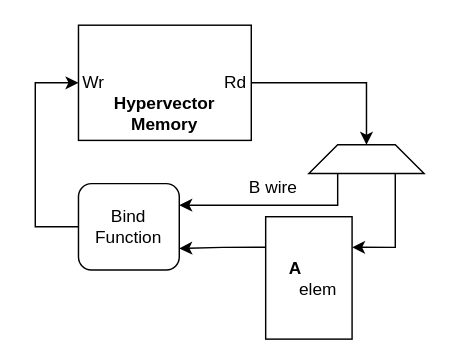
Above: doc/Architecture Proposal/img/kernel-bind.drawio in GNPower/HDC-Accelerator (draw.io), before the change. Source tidied: cells renumbered, new cells numbered last; positions are measured from the earlier drawing's top-left corner, leaving out a move shared by most shapes. Both pictures are drawn from the tidied source at 144%, with x=0, y=0 at pixel (35, 24).
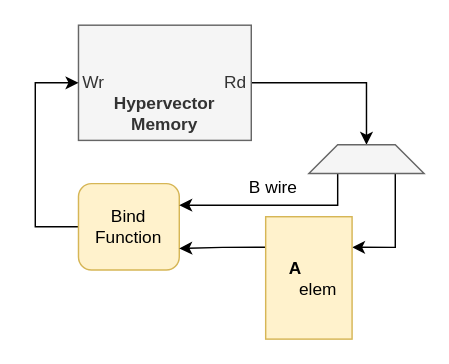
The same diagram, later.

Change to the diagram source:
```diff
@@
 <mxGraphModel>
   <root>
     <mxCell id="0" />
     <mxCell id="1" parent="0" />
     <mxCell id="2" style="edgeStyle=orthogonalEdgeStyle;rounded=0;jettySize=auto;html=1;exitX=1;exitY=0.5;exitDx=0;exitDy=0;entryX=0.5;entryY=0;entryDx=0;entryDy=0;startArrow=none;startFill=0;endArrow=classic;endFill=1;" parent="1" edge="1" source="3" target="8">
       <mxGeometry relative="1" as="geometry" />
     </mxCell>
-    <mxCell id="3" value="&lt;br&gt;&lt;br&gt;Wr&amp;nbsp; &amp;nbsp; &amp;nbsp; &amp;nbsp; &amp;nbsp; &amp;nbsp; &amp;nbsp; &amp;nbsp; &amp;nbsp; &amp;nbsp; &amp;nbsp; &amp;nbsp; &amp;nbsp;Rd&lt;br&gt;&lt;b&gt;Hypervector&lt;/b&gt;&lt;br&gt;&lt;b&gt;Memory&lt;/b&gt;" style="rounded=0;whiteSpace=wrap;html=1;" parent="1" vertex="1">
+    <mxCell id="3" value="&lt;br&gt;&lt;br&gt;Wr&amp;nbsp; &amp;nbsp; &amp;nbsp; &amp;nbsp; &amp;nbsp; &amp;nbsp; &amp;nbsp; &amp;nbsp; &amp;nbsp; &amp;nbsp; &amp;nbsp; &amp;nbsp; &amp;nbsp;Rd&lt;br&gt;&lt;b&gt;Hypervector&lt;/b&gt;&lt;br&gt;&lt;b&gt;Memory&lt;/b&gt;" style="rounded=0;whiteSpace=wrap;html=1;fillColor=#f5f5f5;strokeColor=#666666;fontColor=#333333;" parent="1" vertex="1">
       <mxGeometry x="30" width="120" height="80" as="geometry" />
     </mxCell>
     <mxCell id="4" style="edgeStyle=orthogonalEdgeStyle;rounded=0;jettySize=auto;html=1;exitX=0;exitY=0.5;exitDx=0;exitDy=0;entryX=0;entryY=0.5;entryDx=0;entryDy=0;startArrow=none;startFill=0;endArrow=classic;endFill=1;" parent="1" edge="1" source="5" target="3">
       <mxGeometry relative="1" as="geometry">
         <Array as="points">
           <mxPoint y="140" />
           <mxPoint y="40" />
         </Array>
       </mxGeometry>
     </mxCell>
-    <mxCell id="5" value="Bind&lt;br&gt;Function" style="rounded=1;whiteSpace=wrap;html=1;" parent="1" vertex="1">
+    <mxCell id="5" value="Bind&lt;br&gt;Function" style="rounded=1;whiteSpace=wrap;html=1;fillColor=#fff2cc;strokeColor=#d6b656;" parent="1" vertex="1">
       <mxGeometry x="30" y="110" width="70" height="60" as="geometry" />
     </mxCell>
     <mxCell id="6" style="edgeStyle=orthogonalEdgeStyle;rounded=0;jettySize=auto;html=1;exitX=0.75;exitY=1;exitDx=0;exitDy=0;entryX=1;entryY=0.25;entryDx=0;entryDy=0;startArrow=none;startFill=0;endArrow=classic;endFill=1;" parent="1" edge="1" source="8" target="10">
       <mxGeometry relative="1" as="geometry" />
     </mxCell>
     <mxCell id="7" style="edgeStyle=orthogonalEdgeStyle;rounded=0;jettySize=auto;html=1;exitX=0.25;exitY=1;exitDx=0;exitDy=0;entryX=1;entryY=0.25;entryDx=0;entryDy=0;startArrow=none;startFill=0;endArrow=classic;endFill=1;" parent="1" edge="1" source="8" target="5">
       <mxGeometry relative="1" as="geometry" />
     </mxCell>
-    <mxCell id="8" style="shape=trapezoid;perimeter=trapezoidPerimeter;whiteSpace=wrap;html=1;fixedSize=1;rotation=0;size=20;" parent="1" vertex="1">
+    <mxCell id="8" style="shape=trapezoid;perimeter=trapezoidPerimeter;whiteSpace=wrap;html=1;fixedSize=1;rotation=0;size=20;fillColor=#f5f5f5;strokeColor=#666666;fontColor=#333333;" parent="1" vertex="1">
       <mxGeometry x="190" y="83" width="80" height="20" as="geometry" />
     </mxCell>
     <mxCell id="9" style="edgeStyle=orthogonalEdgeStyle;rounded=0;jettySize=auto;html=1;exitX=0;exitY=0.25;exitDx=0;exitDy=0;entryX=1;entryY=0.75;entryDx=0;entryDy=0;startArrow=none;startFill=0;endArrow=classic;endFill=1;" parent="1" edge="1" source="10" target="5">
       <mxGeometry relative="1" as="geometry" />
     </mxCell>
-    <mxCell id="10" value="&lt;div style=&quot;text-align: left&quot;&gt;&lt;b&gt;&amp;nbsp; A&lt;/b&gt;&lt;/div&gt;&amp;nbsp; &amp;nbsp; elem" style="rounded=0;whiteSpace=wrap;html=1;" parent="1" vertex="1">
+    <mxCell id="10" value="&lt;div style=&quot;text-align: left&quot;&gt;&lt;b&gt;&amp;nbsp; A&lt;/b&gt;&lt;/div&gt;&amp;nbsp; &amp;nbsp; elem" style="rounded=0;whiteSpace=wrap;html=1;fillColor=#fff2cc;strokeColor=#d6b656;" parent="1" vertex="1">
       <mxGeometry x="160" y="133" width="60" height="85" as="geometry" />
     </mxCell>
     <mxCell id="11" value="B wire" style="text;html=1;align=center;verticalAlign=middle;" parent="1" vertex="1">
       <mxGeometry x="140" y="103" width="50" height="20" as="geometry" />
     </mxCell>
   </root>
 </mxGraphModel>
```
